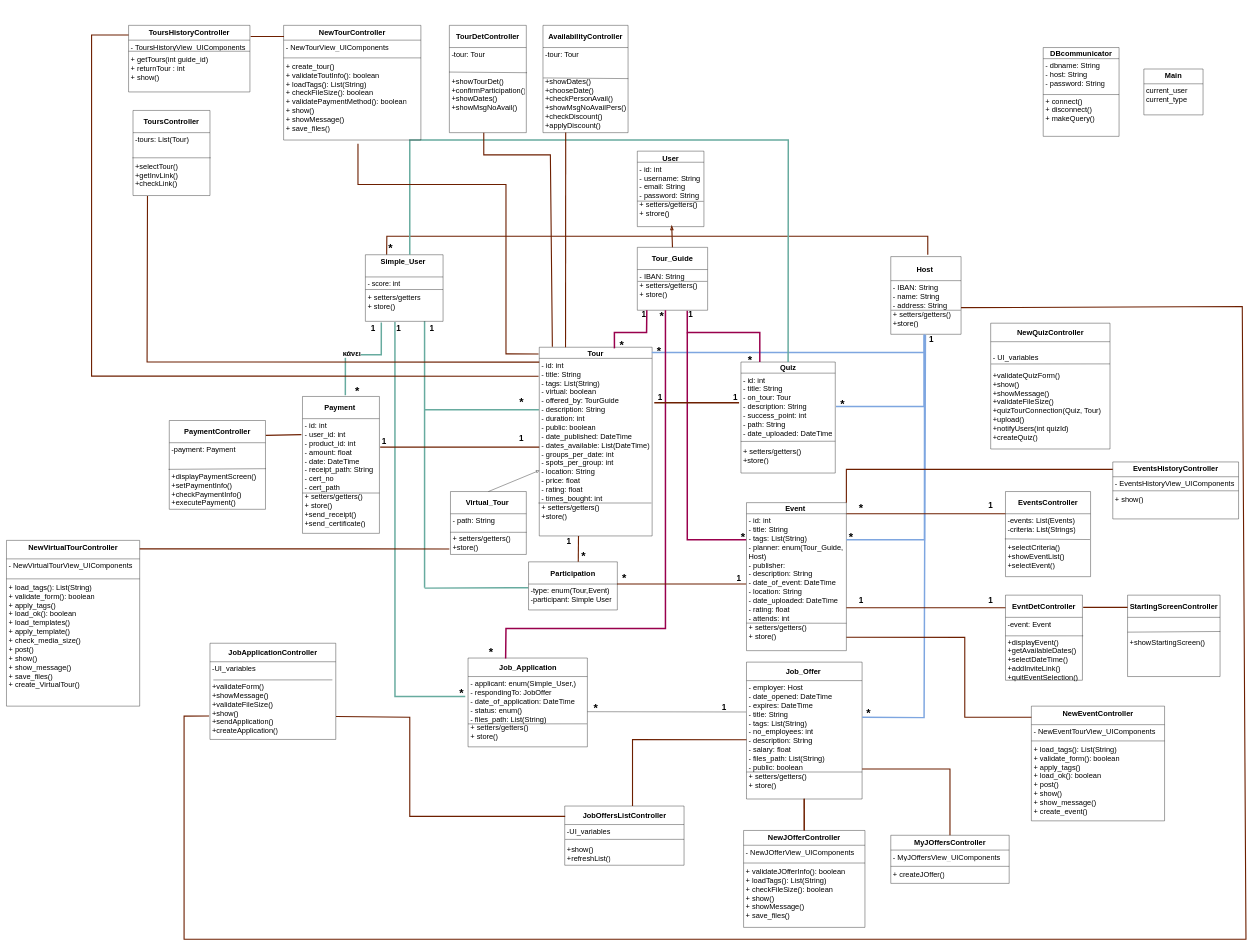
This is Phase-4/TempFiles/Diagrams/Domain-Model-v0.3_final.drawio from sfikastheo/CEID-SoftwareEngineering-2023, a draw.io file, before an edit. Source tidied: cells renumbered, new cells numbered last; positions are measured from the earlier drawing's top-left corner, leaving out a move shared by most shapes. Both pictures are drawn from the tidied source at 37%, with x=0, y=0 at pixel (6, 25).
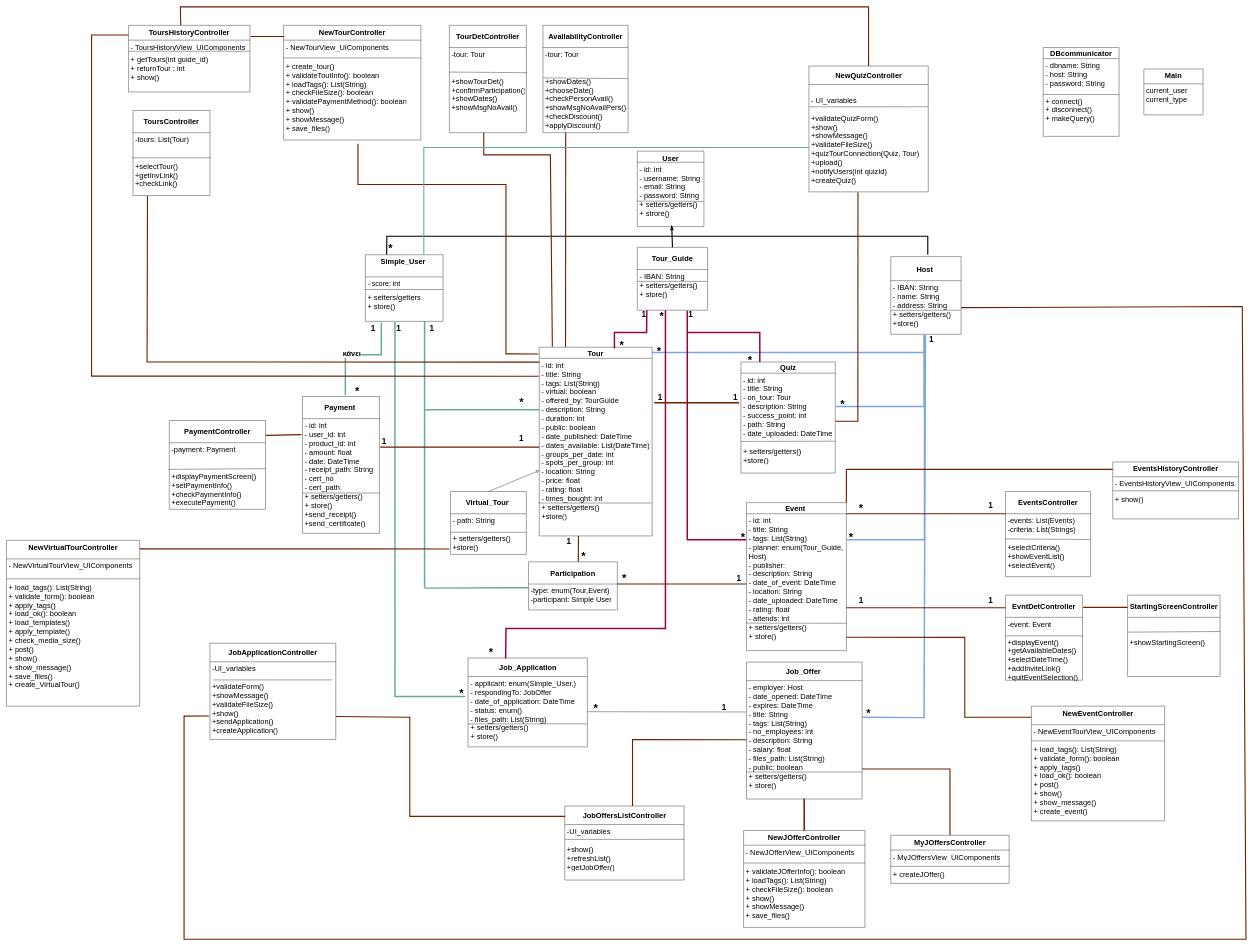
Above is the later version.

Commit message (it also covers changes not shown here):
updated pdf team plan + domain model final

Unchanged cells that the change refers to:
```xml
<mxCell id="4" value="- id: int&#10;- username: String&#10;- email: String&#10;- password: String&#10;+ setters/getters()&#10;+ strore()" style="text;align=left;verticalAlign=top;spacingLeft=4;spacingRight=4;overflow=hidden;points=[[0,0.5],[1,0.5]];portConstraint=eastwest;fontSize=20;" parent="3" vertex="1">
  <mxGeometry y="30" width="180" height="170" as="geometry" />
</mxCell>
<mxCell id="5" value="&lt;b style=&quot;font-size: 20px;&quot;&gt;Tour_Guide&lt;/b&gt;" style="swimlane;fontStyle=0;horizontal=1;startSize=60;whiteSpace=wrap;html=1;verticalAlign=middle;fontSize=20;" parent="1" vertex="1">
  <mxGeometry x="1705" y="600" width="190" height="170" as="geometry" />
</mxCell>
<mxCell id="27" value="&lt;b style=&quot;font-size: 20px;&quot;&gt;Quiz&lt;/b&gt;" style="swimlane;fontStyle=0;horizontal=1;startSize=30;whiteSpace=wrap;html=1;fontSize=20;" parent="1" vertex="1">
  <mxGeometry x="1985" y="910" width="255" height="300" as="geometry" />
</mxCell>
<mxCell id="72" value="&lt;b style=&quot;border-color: var(--border-color);&quot;&gt;&lt;font style=&quot;font-size: 20px;&quot;&gt;Simple_User&amp;nbsp;&lt;br&gt;&lt;/font&gt;&lt;/b&gt;" style="swimlane;fontStyle=1;align=center;verticalAlign=top;horizontal=1;startSize=60;whiteSpace=wrap;html=1;" parent="1" vertex="1">
  <mxGeometry x="970" y="620" width="210" height="180" as="geometry" />
</mxCell>
<mxCell id="96" value="&lt;br&gt;- UI_variables&lt;br&gt;&lt;br&gt;+validateQuizForm()&lt;br&gt;+show()&lt;br&gt;+showMessage()&lt;br&gt;+validateFileSize()&lt;br&gt;+quizTourConnection(Quiz, Tour)&lt;br&gt;+upload()&lt;br&gt;+notifyUsers(int quizId)&lt;br&gt;+createQuiz()&lt;br&gt;" style="text;strokeColor=none;fillColor=none;align=left;verticalAlign=top;spacingLeft=4;spacingRight=4;overflow=hidden;points=[[0,0.5],[1,0.5]];portConstraint=eastwest;whiteSpace=wrap;html=1;fontSize=20;" parent="94" vertex="1">
  <mxGeometry y="50" width="322.5" height="290" as="geometry" />
</mxCell>
```

Diff of the diagram source:
```diff
@@
-    <mxCell id="9" style="endArrow=blockThin;html=1;rounded=0;exitX=0.5;exitY=0;exitDx=0;exitDy=0;endFill=0;endSize=6;strokeWidth=3;fontSize=20;strokeColor=#6D1F00;" parent="1" edge="1" source="5" target="4">
+    <mxCell id="9" style="endArrow=blockThin;html=1;rounded=0;exitX=0.5;exitY=0;exitDx=0;exitDy=0;endFill=0;endSize=6;strokeWidth=3;fontSize=20;strokeColor=#000000;" parent="1" edge="1" source="5" target="4">
       <mxGeometry relative="1" as="geometry" />
     </mxCell>
@@
-    <mxCell id="69" style="endArrow=none;html=1;rounded=0;strokeWidth=3;strokeColor=#6D1F00;" parent="1" edge="1">
+    <mxCell id="69" style="endArrow=none;html=1;rounded=0;strokeWidth=3;strokeColor=#000000;" parent="1" edge="1">
       <mxGeometry relative="1" as="geometry">
         <mxPoint x="1800" y="570" as="sourcePoint" />
         <mxPoint x="2490" y="620" as="targetPoint" />
         <Array as="points">
           <mxPoint x="2490" y="570" />
         </Array>
       </mxGeometry>
     </mxCell>
-    <mxCell id="70" style="endArrow=none;html=1;rounded=0;exitX=0.25;exitY=0;exitDx=0;exitDy=0;strokeWidth=3;strokeColor=#6D1F00;" parent="1" edge="1">
+    <mxCell id="70" style="endArrow=none;html=1;rounded=0;exitX=0.25;exitY=0;exitDx=0;exitDy=0;strokeWidth=3;strokeColor=#000000;" parent="1" edge="1">
       <mxGeometry relative="1" as="geometry">
         <mxPoint x="1027.5" y="620" as="sourcePoint" />
         <mxPoint x="1800" y="570" as="targetPoint" />
         <Array as="points">
           <mxPoint x="1028" y="570" />
         </Array>
       </mxGeometry>
     </mxCell>
@@
-    <mxCell id="73" style="endArrow=none;html=1;rounded=0;strokeColor=#67AB9F;strokeWidth=4;exitX=0.5;exitY=0;exitDx=0;exitDy=0;" parent="72" edge="1" source="27">
-      <mxGeometry relative="1" as="geometry">
-        <mxPoint x="120" as="targetPoint" />
-        <Array as="points">
-          <mxPoint x="1143" y="-310" />
-          <mxPoint x="120" y="-310" />
-        </Array>
-      </mxGeometry>
-    </mxCell>
@@
     <mxCell id="94" value="&lt;b&gt;NewQuizController&lt;/b&gt;" style="swimlane;fontStyle=0;horizontal=1;startSize=50;whiteSpace=wrap;html=1;fontSize=20;" parent="1" vertex="1">
-      <mxGeometry x="2660" y="805" width="322.5" height="340" as="geometry" />
+      <mxGeometry x="2168.8" y="110" width="322.5" height="340" as="geometry" />
     </mxCell>
@@
     <mxCell id="100" value="&lt;b&gt;JobOffersListController&lt;/b&gt;" style="swimlane;fontStyle=0;horizontal=1;startSize=50;whiteSpace=wrap;html=1;fontSize=20;" parent="1" vertex="1">
-      <mxGeometry x="1508.8" y="2110" width="322.5" height="160" as="geometry" />
+      <mxGeometry x="1508.8" y="2110" width="322.5" height="200" as="geometry" />
     </mxCell>
@@
-    <mxCell id="102" value="-UI_variables&lt;br&gt;&lt;br&gt;+show()&lt;br&gt;+refreshList()" style="text;strokeColor=none;fillColor=none;align=left;verticalAlign=top;spacingLeft=4;spacingRight=4;overflow=hidden;whiteSpace=wrap;html=1;fontSize=20;" parent="100" vertex="1">
-      <mxGeometry y="50" width="322.5" height="110" as="geometry" />
+    <mxCell id="102" value="-UI_variables&lt;br&gt;&lt;br&gt;+show()&lt;br&gt;+refreshList()&lt;br&gt;+getJobOffer()" style="text;strokeColor=none;fillColor=none;align=left;verticalAlign=top;spacingLeft=4;spacingRight=4;overflow=hidden;whiteSpace=wrap;html=1;fontSize=20;" parent="100" vertex="1">
+      <mxGeometry y="50" width="322.5" height="150" as="geometry" />
     </mxCell>
@@
+    <mxCell id="177" style="endArrow=none;html=1;rounded=0;entryX=0.5;entryY=0;entryDx=0;entryDy=0;exitX=0.43;exitY=0.002;exitDx=0;exitDy=0;strokeWidth=3;strokeColor=#6D1F00;exitPerimeter=0;" parent="1" edge="1" target="94">
+      <mxGeometry relative="1" as="geometry">
+        <mxPoint x="471" as="sourcePoint" />
+        <Array as="points">
+          <mxPoint x="470" y="-50" />
+          <mxPoint x="2330" y="-50" />
+        </Array>
+      </mxGeometry>
+    </mxCell>
+    <mxCell id="178" style="endArrow=none;html=1;rounded=0;entryX=0.411;entryY=1.003;entryDx=0;entryDy=0;entryPerimeter=0;strokeWidth=3;strokeColor=#6D1F00;" parent="1" edge="1" target="96">
+      <mxGeometry relative="1" as="geometry">
+        <mxPoint x="2240" y="1070" as="sourcePoint" />
+        <Array as="points">
+          <mxPoint x="2301" y="1070" />
+        </Array>
+      </mxGeometry>
+    </mxCell>
+    <mxCell id="179" style="endArrow=none;html=1;rounded=0;exitX=0.75;exitY=0;exitDx=0;exitDy=0;strokeWidth=3;strokeColor=#67AB9F;" parent="1" edge="1">
+      <mxGeometry relative="1" as="geometry">
+        <mxPoint x="1128" y="620" as="sourcePoint" />
+        <mxPoint x="2170" y="330" as="targetPoint" />
+        <Array as="points">
+          <mxPoint x="1128" y="330" />
+        </Array>
+      </mxGeometry>
+    </mxCell>
```
